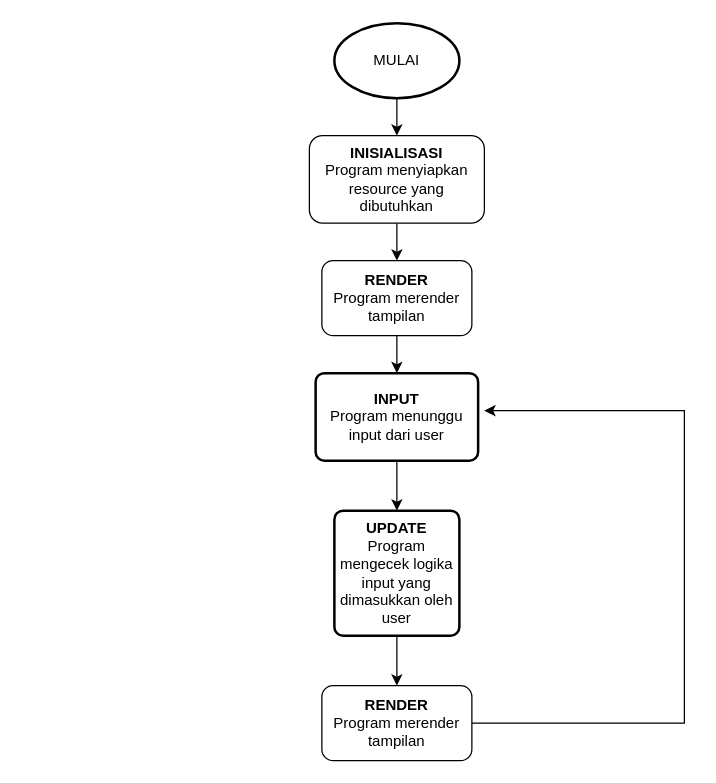
Above: Gudang/Flowchart.drawio in Hidayadie/Lizard-Go (draw.io), before the change. Source tidied: cells renumbered, new cells numbered last; positions are measured from the earlier drawing's top-left corner, leaving out a move shared by most shapes. Both pictures are drawn from the tidied source at 125%, with x=0, y=0 at pixel (309, 22).
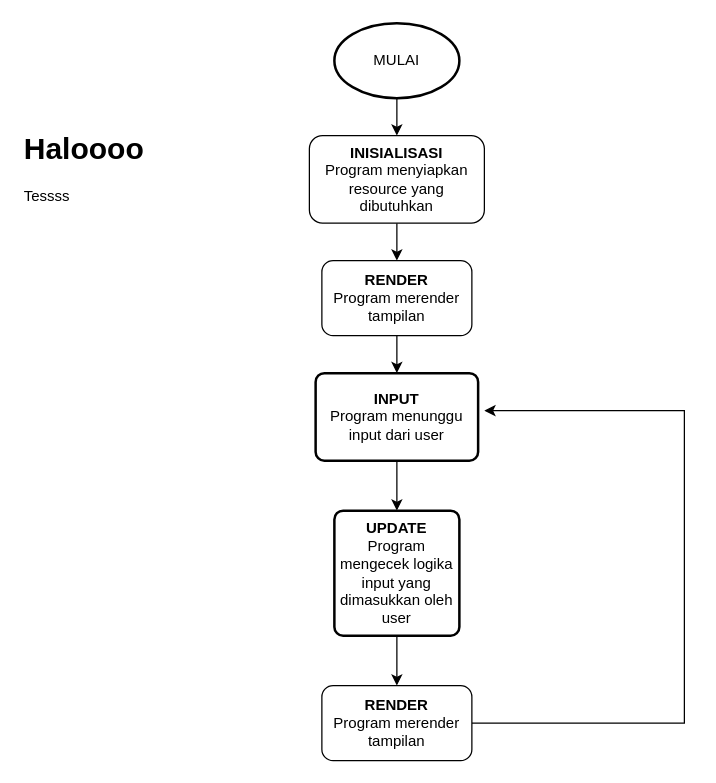
After the change.

What changed in the source:
```diff
@@
 <mxGraphModel>
   <root>
     <mxCell id="0" />
     <mxCell id="1" parent="0" />
     <mxCell id="2" style="edgeStyle=orthogonalEdgeStyle;rounded=0;jettySize=auto;html=1;exitX=0.5;exitY=1;exitDx=0;exitDy=0;exitPerimeter=0;entryX=0.5;entryY=0;entryDx=0;entryDy=0;" parent="1" edge="1" source="3" target="5">
       <mxGeometry relative="1" as="geometry" />
     </mxCell>
     <mxCell id="3" value="MULAI" style="strokeWidth=2;html=1;shape=mxgraph.flowchart.start_2;whiteSpace=wrap;" parent="1" vertex="1">
       <mxGeometry x="20" width="100" height="60" as="geometry" />
     </mxCell>
     <mxCell id="4" style="edgeStyle=orthogonalEdgeStyle;rounded=0;jettySize=auto;html=1;exitX=0.5;exitY=1;exitDx=0;exitDy=0;entryX=0.5;entryY=0;entryDx=0;entryDy=0;" parent="1" edge="1" source="5" target="7">
       <mxGeometry relative="1" as="geometry" />
     </mxCell>
     <mxCell id="5" value="&lt;b&gt;INISIALISASI&lt;br&gt;&lt;/b&gt;Program menyiapkan resource yang dibutuhkan" style="rounded=1;whiteSpace=wrap;html=1;" parent="1" vertex="1">
       <mxGeometry y="90" width="140" height="70" as="geometry" />
     </mxCell>
     <mxCell id="6" style="edgeStyle=orthogonalEdgeStyle;rounded=0;jettySize=auto;html=1;exitX=0.5;exitY=1;exitDx=0;exitDy=0;entryX=0.5;entryY=0;entryDx=0;entryDy=0;" parent="1" edge="1" source="7" target="9">
       <mxGeometry relative="1" as="geometry" />
     </mxCell>
     <mxCell id="7" value="&lt;b&gt;RENDER&lt;br&gt;&lt;/b&gt;Program merender tampilan" style="rounded=1;whiteSpace=wrap;html=1;" parent="1" vertex="1">
       <mxGeometry x="10" y="190" width="120" height="60" as="geometry" />
     </mxCell>
     <mxCell id="8" style="edgeStyle=orthogonalEdgeStyle;rounded=0;jettySize=auto;html=1;exitX=0.5;exitY=1;exitDx=0;exitDy=0;entryX=0.5;entryY=0;entryDx=0;entryDy=0;" parent="1" edge="1" source="9" target="11">
       <mxGeometry relative="1" as="geometry" />
     </mxCell>
     <mxCell id="9" value="&lt;b&gt;INPUT&lt;br&gt;&lt;/b&gt;Program menunggu input dari user" style="rounded=1;whiteSpace=wrap;html=1;absoluteArcSize=1;arcSize=14;strokeWidth=2;" parent="1" vertex="1">
       <mxGeometry x="5" y="280" width="130" height="70" as="geometry" />
     </mxCell>
     <mxCell id="10" style="edgeStyle=orthogonalEdgeStyle;rounded=0;jettySize=auto;html=1;exitX=0.5;exitY=1;exitDx=0;exitDy=0;entryX=0.5;entryY=0;entryDx=0;entryDy=0;" parent="1" edge="1" source="11" target="13">
       <mxGeometry relative="1" as="geometry" />
     </mxCell>
     <mxCell id="11" value="&lt;b&gt;UPDATE&lt;br&gt;&lt;/b&gt;Program mengecek logika input yang dimasukkan oleh user" style="rounded=1;whiteSpace=wrap;html=1;absoluteArcSize=1;arcSize=14;strokeWidth=2;" parent="1" vertex="1">
       <mxGeometry x="20" y="390" width="100" height="100" as="geometry" />
     </mxCell>
     <mxCell id="12" style="edgeStyle=orthogonalEdgeStyle;rounded=0;jettySize=auto;html=1;exitX=1;exitY=0.5;exitDx=0;exitDy=0;" parent="1" edge="1" source="13">
       <mxGeometry relative="1" as="geometry">
         <mxPoint x="140" y="310" as="targetPoint" />
         <Array as="points">
           <mxPoint x="300" y="560" />
           <mxPoint x="300" y="310" />
         </Array>
       </mxGeometry>
     </mxCell>
     <mxCell id="13" value="&lt;b&gt;RENDER&lt;br&gt;&lt;/b&gt;Program merender tampilan" style="rounded=1;whiteSpace=wrap;html=1;" parent="1" vertex="1">
       <mxGeometry x="10" y="530" width="120" height="60" as="geometry" />
     </mxCell>
+    <mxCell id="14" value="&lt;h1 style=&quot;margin-top: 0px;&quot;&gt;Haloooo&lt;/h1&gt;&lt;p&gt;Tessss&lt;br&gt;&lt;/p&gt;" style="text;html=1;whiteSpace=wrap;overflow=hidden;rounded=0;" parent="1" vertex="1">
+      <mxGeometry x="-230" y="80" width="180" height="120" as="geometry" />
+    </mxCell>
   </root>
 </mxGraphModel>
```
